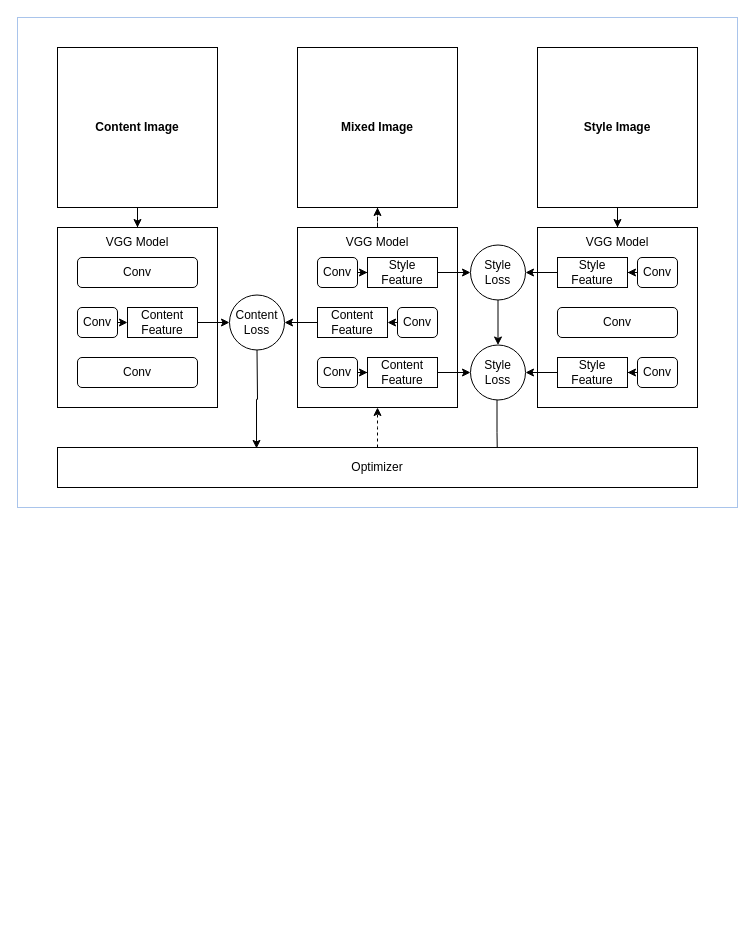
This is Untitled Diagram.drawio from Zhoufenmianfan/images, a draw.io file, before an edit. Source tidied: cells renumbered, new cells numbered last; positions are measured from the earlier drawing's top-left corner, leaving out a move shared by most shapes. Both pictures are drawn from the tidied source at 100%, with x=0, y=0 at pixel (17, 17).
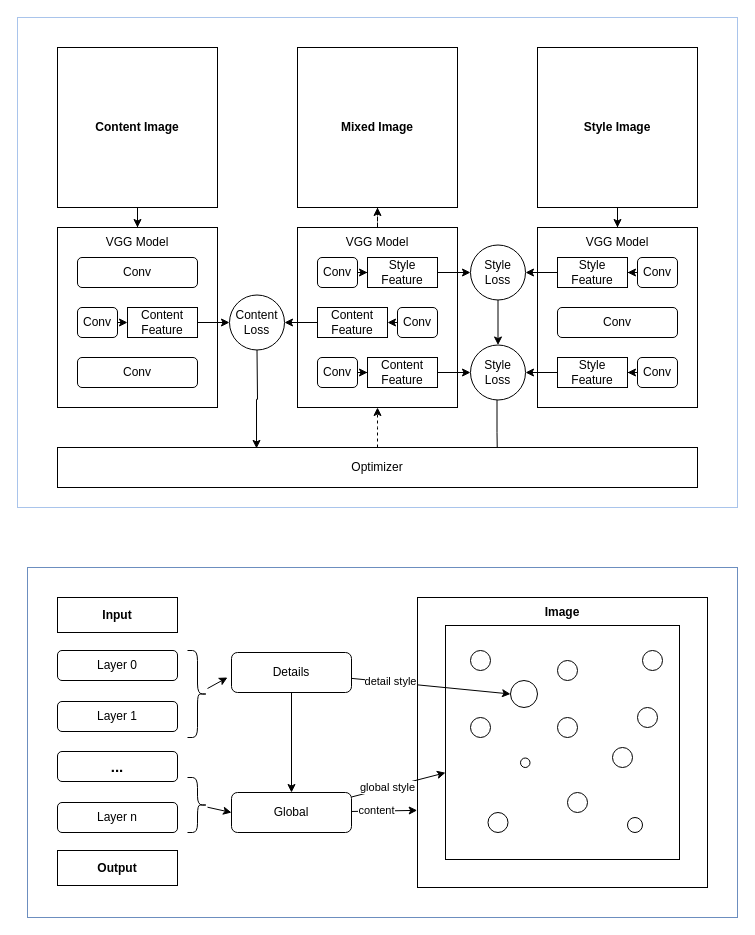
The same diagram, later.

The edit, as a diff of the source:
```diff
@@
+    <mxCell id="51" style="rounded=0;whiteSpace=wrap;html=1;fontSize=15;fillColor=#FFFFFF;strokeColor=#6c8ebf;" parent="1" vertex="1">
+      <mxGeometry x="10" y="550" width="710" height="350" as="geometry" />
+    </mxCell>
@@
+    <mxCell id="52" style="edgeStyle=orthogonalEdgeStyle;rounded=0;jettySize=auto;html=1;entryX=0.5;entryY=0;entryDx=0;entryDy=0;" parent="1" edge="1" source="53" target="60">
+      <mxGeometry relative="1" as="geometry" />
+    </mxCell>
+    <mxCell id="53" value="Details" style="rounded=1;whiteSpace=wrap;html=1;" parent="1" vertex="1">
+      <mxGeometry x="214" y="635" width="120" height="40" as="geometry" />
+    </mxCell>
+    <mxCell id="54" value="Layer 0" style="rounded=1;whiteSpace=wrap;html=1;" parent="1" vertex="1">
+      <mxGeometry x="40" y="633" width="120" height="30" as="geometry" />
+    </mxCell>
+    <mxCell id="55" value="Layer 1" style="rounded=1;whiteSpace=wrap;html=1;" parent="1" vertex="1">
+      <mxGeometry x="40" y="684" width="120" height="30" as="geometry" />
+    </mxCell>
+    <mxCell id="56" value="&lt;b&gt;&lt;font style=&quot;font-size: 15px;&quot;&gt;...&lt;/font&gt;&lt;/b&gt;" style="rounded=1;whiteSpace=wrap;html=1;" parent="1" vertex="1">
+      <mxGeometry x="40" y="734" width="120" height="30" as="geometry" />
+    </mxCell>
+    <mxCell id="57" value="Layer n" style="rounded=1;whiteSpace=wrap;html=1;" parent="1" vertex="1">
+      <mxGeometry x="40" y="785" width="120" height="30" as="geometry" />
+    </mxCell>
+    <mxCell id="58" style="edgeStyle=none;rounded=0;jettySize=auto;html=1;entryX=-0.001;entryY=0.734;entryDx=0;entryDy=0;entryPerimeter=0;" parent="1" edge="1" source="60" target="63">
+      <mxGeometry relative="1" as="geometry" />
+    </mxCell>
+    <mxCell id="59" value="content" style="edgeLabel;html=1;align=center;verticalAlign=middle;" parent="58" vertex="1">
+      <mxGeometry x="-0.24" y="1" relative="1" as="geometry" />
+    </mxCell>
+    <mxCell id="60" value="Global" style="rounded=1;whiteSpace=wrap;html=1;" parent="1" vertex="1">
+      <mxGeometry x="214" y="775" width="120" height="40" as="geometry" />
+    </mxCell>
+    <mxCell id="61" value="&lt;b&gt;Input&lt;/b&gt;" style="rounded=0;whiteSpace=wrap;html=1;" parent="1" vertex="1">
+      <mxGeometry x="40" y="580" width="120" height="35" as="geometry" />
+    </mxCell>
+    <mxCell id="62" value="&lt;b&gt;Output&lt;/b&gt;" style="rounded=0;whiteSpace=wrap;html=1;" parent="1" vertex="1">
+      <mxGeometry x="40" y="833" width="120" height="35" as="geometry" />
+    </mxCell>
+    <mxCell id="63" style="whiteSpace=wrap;html=1;" parent="1" vertex="1">
+      <mxGeometry x="400" y="580" width="290" height="290" as="geometry" />
+    </mxCell>
+    <mxCell id="64" style="whiteSpace=wrap;html=1;" parent="1" vertex="1">
+      <mxGeometry x="428" y="608" width="234" height="234" as="geometry" />
+    </mxCell>
+    <mxCell id="65" style="ellipse;whiteSpace=wrap;html=1;" parent="1" vertex="1">
+      <mxGeometry x="453" y="633" width="20" height="20" as="geometry" />
+    </mxCell>
+    <mxCell id="66" style="ellipse;whiteSpace=wrap;html=1;" parent="1" vertex="1">
+      <mxGeometry x="540" y="700" width="20" height="20" as="geometry" />
+    </mxCell>
+    <mxCell id="67" style="ellipse;whiteSpace=wrap;html=1;" parent="1" vertex="1">
+      <mxGeometry x="453" y="700" width="20" height="20" as="geometry" />
+    </mxCell>
+    <mxCell id="68" style="ellipse;whiteSpace=wrap;html=1;" parent="1" vertex="1">
+      <mxGeometry x="470.5" y="795" width="20" height="20" as="geometry" />
+    </mxCell>
+    <mxCell id="69" style="ellipse;whiteSpace=wrap;html=1;" parent="1" vertex="1">
+      <mxGeometry x="620" y="690" width="20" height="20" as="geometry" />
+    </mxCell>
+    <mxCell id="70" style="ellipse;whiteSpace=wrap;html=1;" parent="1" vertex="1">
+      <mxGeometry x="625" y="633" width="20" height="20" as="geometry" />
+    </mxCell>
+    <mxCell id="71" style="ellipse;whiteSpace=wrap;html=1;" parent="1" vertex="1">
+      <mxGeometry x="550" y="775" width="20" height="20" as="geometry" />
+    </mxCell>
+    <mxCell id="72" style="ellipse;whiteSpace=wrap;html=1;" parent="1" vertex="1">
+      <mxGeometry x="595" y="730" width="20" height="20" as="geometry" />
+    </mxCell>
+    <mxCell id="73" style="ellipse;whiteSpace=wrap;html=1;" parent="1" vertex="1">
+      <mxGeometry x="493" y="663" width="27" height="27" as="geometry" />
+    </mxCell>
+    <mxCell id="74" style="ellipse;whiteSpace=wrap;html=1;" parent="1" vertex="1">
+      <mxGeometry x="503" y="740.5" width="9.5" height="9.5" as="geometry" />
+    </mxCell>
+    <mxCell id="75" style="ellipse;whiteSpace=wrap;html=1;" parent="1" vertex="1">
+      <mxGeometry x="610" y="800" width="15" height="15" as="geometry" />
+    </mxCell>
+    <mxCell id="76" style="ellipse;whiteSpace=wrap;html=1;" parent="1" vertex="1">
+      <mxGeometry x="540" y="643" width="20" height="20" as="geometry" />
+    </mxCell>
+    <mxCell id="77" style="rounded=0;jettySize=auto;html=1;entryX=0;entryY=0.5;entryDx=0;entryDy=0;" parent="1" edge="1" source="53" target="73">
+      <mxGeometry relative="1" as="geometry" />
+    </mxCell>
+    <mxCell id="78" value="detail style" style="edgeLabel;html=1;align=center;verticalAlign=middle;" parent="77" vertex="1">
+      <mxGeometry x="-0.51" y="1" relative="1" as="geometry" />
+    </mxCell>
+    <mxCell id="79" style="edgeStyle=none;rounded=0;jettySize=auto;html=1;" parent="1" edge="1" source="60" target="64">
+      <mxGeometry relative="1" as="geometry" />
+    </mxCell>
+    <mxCell id="80" value="global style" style="edgeLabel;html=1;align=center;verticalAlign=middle;" parent="79" vertex="1">
+      <mxGeometry x="-0.24" y="1" relative="1" as="geometry" />
+    </mxCell>
+    <mxCell id="81" value="&lt;b&gt;Image&lt;/b&gt;" style="text;html=1;strokeColor=none;fillColor=none;align=center;verticalAlign=middle;whiteSpace=wrap;rounded=0;" parent="1" vertex="1">
+      <mxGeometry x="515" y="580" width="60" height="30" as="geometry" />
+    </mxCell>
+    <mxCell id="82" style="edgeStyle=none;rounded=0;jettySize=auto;html=1;fontSize=15;" parent="1" edge="1" source="83">
+      <mxGeometry relative="1" as="geometry">
+        <mxPoint x="210" y="660" as="targetPoint" />
+      </mxGeometry>
+    </mxCell>
+    <mxCell id="83" style="shape=curlyBracket;whiteSpace=wrap;html=1;rounded=1;flipH=1;fontSize=15;" parent="1" vertex="1">
+      <mxGeometry x="170" y="633" width="20" height="87" as="geometry" />
+    </mxCell>
+    <mxCell id="84" style="edgeStyle=none;rounded=0;jettySize=auto;html=1;entryX=0;entryY=0.5;entryDx=0;entryDy=0;fontSize=15;" parent="1" edge="1" source="85" target="60">
+      <mxGeometry relative="1" as="geometry" />
+    </mxCell>
+    <mxCell id="85" style="shape=curlyBracket;whiteSpace=wrap;html=1;rounded=1;flipH=1;fontSize=15;" parent="1" vertex="1">
+      <mxGeometry x="170" y="760" width="20" height="55" as="geometry" />
+    </mxCell>
```
